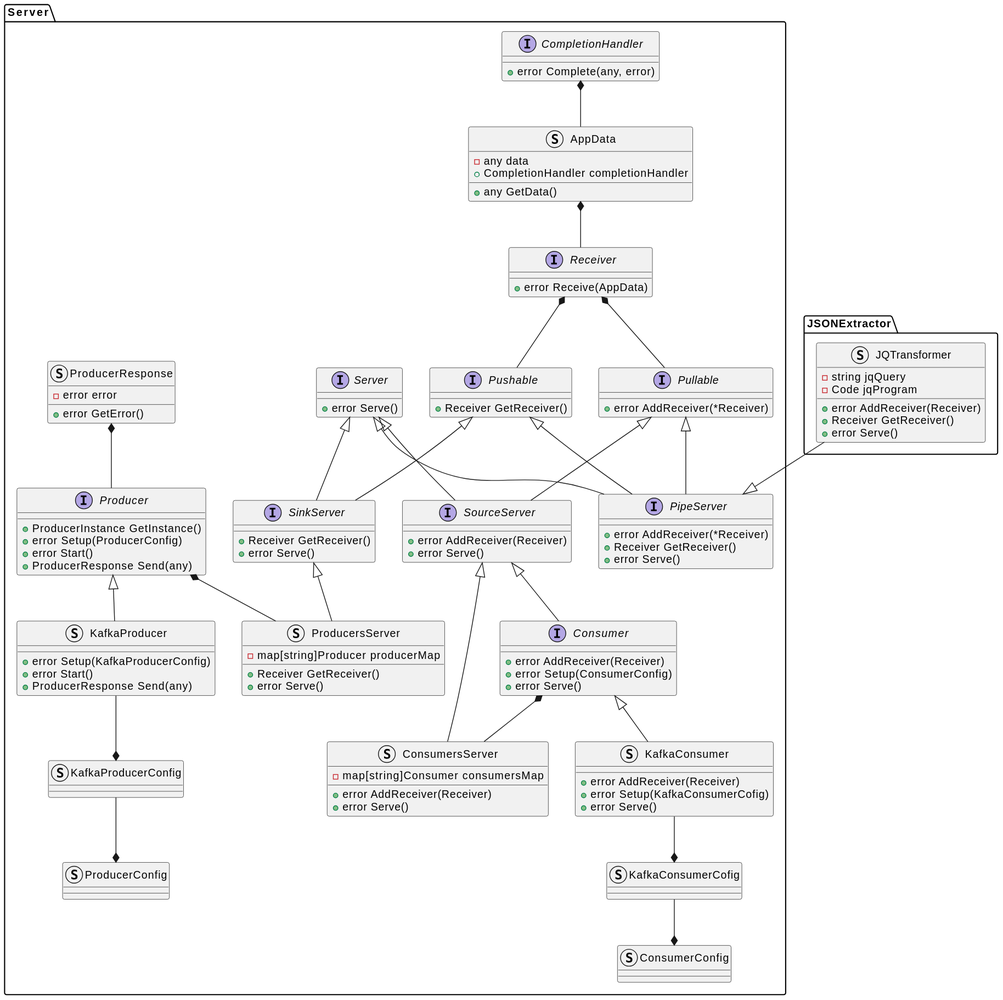
Before: docs/design_notes/DN1_JSON_Extractor/class_diagram.svg, a diagram exported from PlantUML (xtuml/otel2pv).
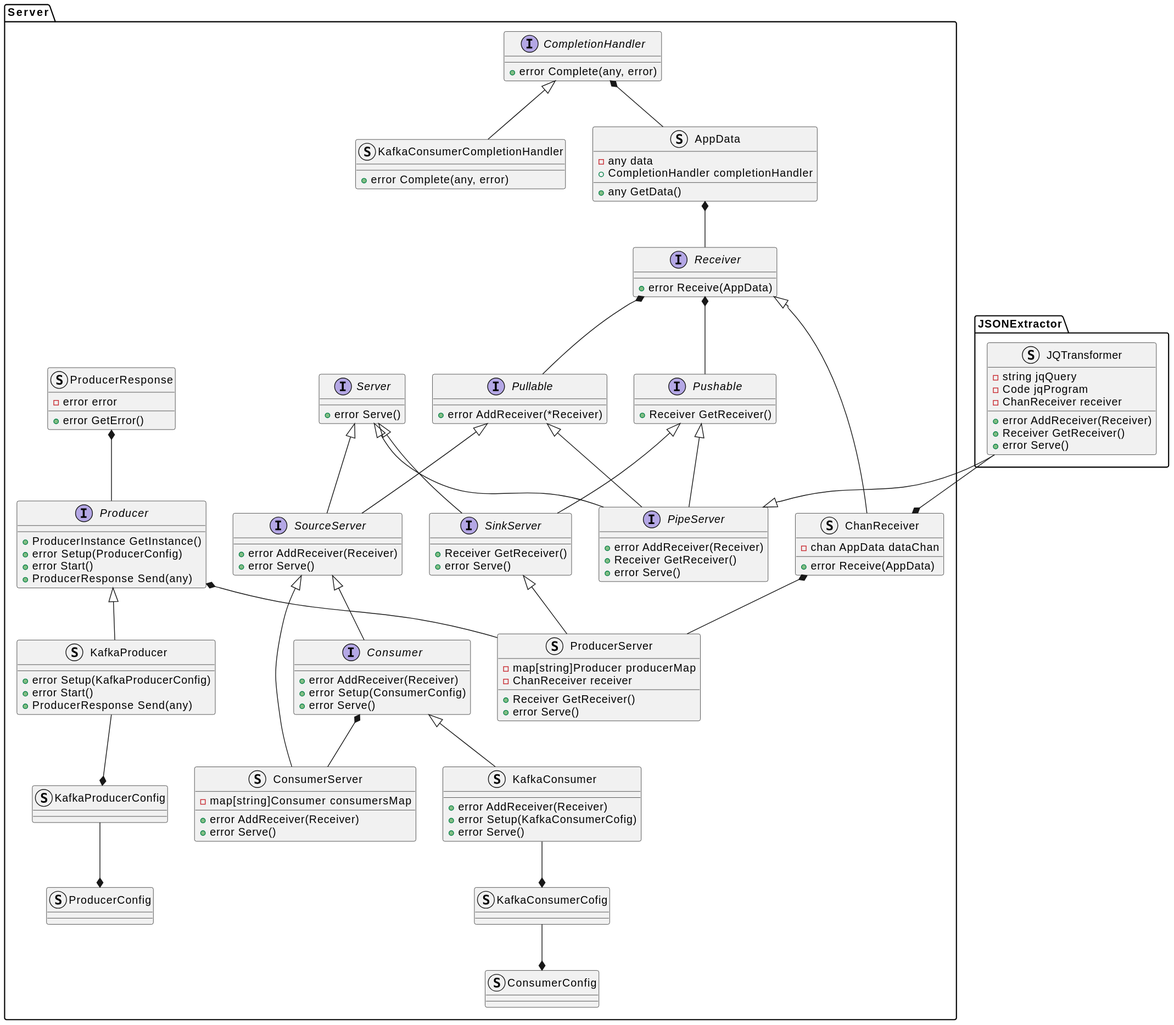
The same file after the commit.

Commit message:
CDSOPV-26 updated class diagram

The edit, as a diff of the source:
```diff
@@ -1,6 +1,9 @@
 @startuml
 namespace Server {
     interface CompletionHandler {
+        +error Complete(any, error)
+    }
+    struct KafkaConsumerCompletionHandler {
         +error Complete(any, error)
     }
     struct AppData {
@@ -9,6 +12,10 @@
         +any GetData()
     }
     interface Receiver {
+        +error Receive(AppData)
+    }
+    struct ChanReceiver {
+        -chan AppData dataChan
         +error Receive(AppData)
     }
     interface Server {
@@ -29,7 +36,7 @@
         +error Serve()
     }
     interface PipeServer {
-        +error AddReceiver(*Receiver)
+        +error AddReceiver(Receiver)
         +Receiver GetReceiver()
         +error Serve()
     }
@@ -58,12 +65,13 @@
         +error Start()
         +ProducerResponse Send(any)
     }
-    struct ProducersServer {
+    struct ProducerServer {
         -map[string]Producer producerMap
+        -ChanReceiver receiver
         +Receiver GetReceiver()
         +error Serve()
     }
-    struct ConsumersServer {
+    struct ConsumerServer {
         -map[string]Consumer consumersMap
         +error AddReceiver(Receiver)
         +error Serve()
@@ -77,15 +85,18 @@
     struct JQTransformer {
         -string jqQuery
         -Code jqProgram
+        -ChanReceiver receiver
         +error AddReceiver(Receiver)
         +Receiver GetReceiver()
         +error Serve()
     }
 }
 Server.CompletionHandler *-- Server.AppData
+Server.CompletionHandler <|-- Server.KafkaConsumerCompletionHandler
 Server.AppData *-- Server.Receiver
 Server.Receiver *-- Server.Pullable
 Server.Receiver *-- Server.Pushable
+Server.Receiver <|-- Server.ChanReceiver
 Server.Server <|-- Server.SourceServer
 Server.Pullable <|-- Server.SourceServer
 Server.Server <|-- Server.SinkServer
@@ -97,16 +108,18 @@
 Server.ProducerResponse *-- Server.Producer
 Server.Producer <|-- Server.KafkaProducer
 Server.Consumer <|-- Server.KafkaConsumer
-Server.Producer *-- Server.ProducersServer
-Server.SinkServer <|-- Server.ProducersServer
-Server.SourceServer <|-- Server.ConsumersServer
-Server.Consumer *-- Server.ConsumersServer
+Server.Producer *-- Server.ProducerServer
+Server.SinkServer <|-- Server.ProducerServer
+Server.ChanReceiver *-- Server.ProducerServer
+Server.SourceServer <|-- Server.ConsumerServer
+Server.Consumer *-- Server.ConsumerServer
 Server.SourceServer <|-- Server.Consumer
 
 Server.KafkaConsumerCofig *-up- Server.KafkaConsumer
 Server.KafkaProducerConfig *-up- Server.KafkaProducer
 
 Server.PipeServer <|-up- JSONExtractor.JQTransformer
+Server.ChanReceiver *-up- JSONExtractor.JQTransformer
 
 Server.ProducerConfig *-up- Server.KafkaProducerConfig
 Server.ConsumerConfig *-up- Server.KafkaConsumerCofig
```
